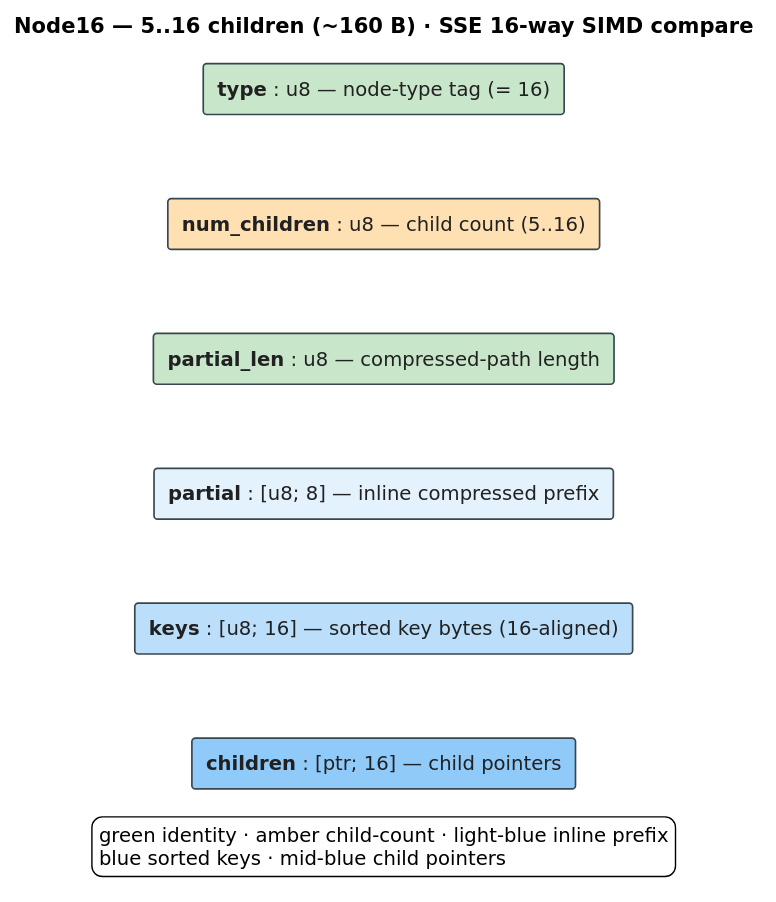
Earlier version of the PlantUML export docs/diagrams/art-node16-fields.svg (vinary-tree/libdictenstein). Its source is kept beside it as docs/diagrams/src/art-node16-fields.puml. Its diagram source:
```plantuml
@startuml art-node16-fields
skinparam defaultFontSize 14
skinparam shadowing false
skinparam backgroundColor #FFFFFF
skinparam defaultFontName "DejaVu Sans"
skinparam rectangle {
  BorderColor #37474F
  FontColor #212121
  BorderThickness 1.2
}
skinparam TitleFontSize 15

title Node16 — 5..16 children (~160 B) · SSE 16-way SIMD compare

rectangle "**type** : u8 — node-type tag (= 16)" as R0 #C8E6C9
rectangle "**num_children** : u8 — child count (5..16)" as R1 #FFE0B2
rectangle "**partial_len** : u8 — compressed-path length" as R2 #C8E6C9
rectangle "**partial** : [u8; 8] — inline compressed prefix" as R3 #E3F2FD
rectangle "**keys** : [u8; 16] — sorted key bytes (16-aligned)" as R4 #BBDEFB
rectangle "**children** : [ptr; 16] — child pointers" as R5 #90CAF9

R0 -[hidden]down- R1
R1 -[hidden]down- R2
R2 -[hidden]down- R3
R3 -[hidden]down- R4
R4 -[hidden]down- R5

legend bottom
  green identity · amber child-count · light-blue inline prefix
  blue sorted keys · mid-blue child pointers
endlegend
@enduml
```
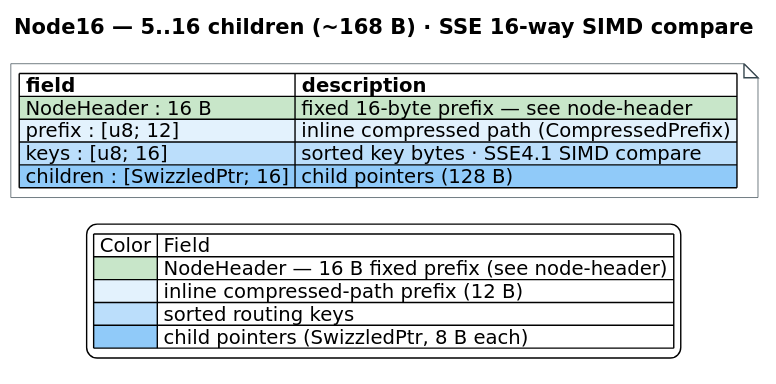
After the commit.

Diff of the diagram source:
```diff
@@ -3,30 +3,28 @@
 skinparam shadowing false
 skinparam backgroundColor #FFFFFF
 skinparam defaultFontName "DejaVu Sans"
-skinparam rectangle {
+skinparam TitleFontSize 15
+skinparam noteFontSize 14
+skinparam note {
+  BackgroundColor #FFFFFF
   BorderColor #37474F
-  FontColor #212121
-  BorderThickness 1.2
 }
-skinparam TitleFontSize 15
 
-title Node16 — 5..16 children (~160 B) · SSE 16-way SIMD compare
+title Node16 — 5..16 children (~168 B) · SSE 16-way SIMD compare
 
-rectangle "**type** : u8 — node-type tag (= 16)" as R0 #C8E6C9
-rectangle "**num_children** : u8 — child count (5..16)" as R1 #FFE0B2
-rectangle "**partial_len** : u8 — compressed-path length" as R2 #C8E6C9
-rectangle "**partial** : [u8; 8] — inline compressed prefix" as R3 #E3F2FD
-rectangle "**keys** : [u8; 16] — sorted key bytes (16-aligned)" as R4 #BBDEFB
-rectangle "**children** : [ptr; 16] — child pointers" as R5 #90CAF9
-
-R0 -[hidden]down- R1
-R1 -[hidden]down- R2
-R2 -[hidden]down- R3
-R3 -[hidden]down- R4
-R4 -[hidden]down- R5
+note as N16
+|= field |= description |
+|<#C8E6C9> NodeHeader : 16 B |<#C8E6C9> fixed 16-byte prefix — see node-header |
+|<#E3F2FD> prefix : [u8; 12] |<#E3F2FD> inline compressed path (CompressedPrefix) |
+|<#BBDEFB> keys : [u8; 16] |<#BBDEFB> sorted key bytes · SSE4.1 SIMD compare |
+|<#90CAF9> children : [SwizzledPtr; 16] |<#90CAF9> child pointers (128 B) |
+end note
 
 legend bottom
-  green identity · amber child-count · light-blue inline prefix
-  blue sorted keys · mid-blue child pointers
+| Color | Field |
+|<#C8E6C9>| NodeHeader — 16 B fixed prefix (see node-header) |
+|<#E3F2FD>| inline compressed-path prefix (12 B) |
+|<#BBDEFB>| sorted routing keys |
+|<#90CAF9>| child pointers (SwizzledPtr, 8 B each) |
 endlegend
 @enduml
```
